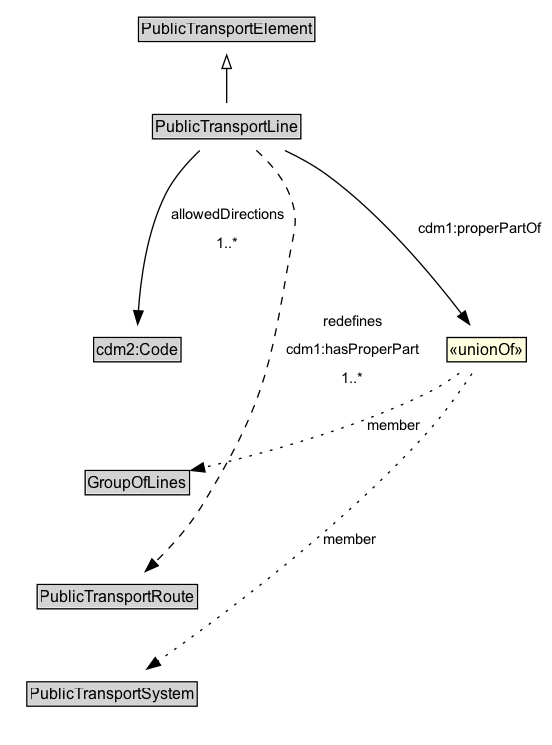
ISO-TC204/ontology-cdm-p3-v1 keeps this Graphviz diagram as docs/diagrams/PublicTransportLine.dot.png. Above is the earlier version. Its source is kept beside it as docs/diagrams/PublicTransportLine.dot.
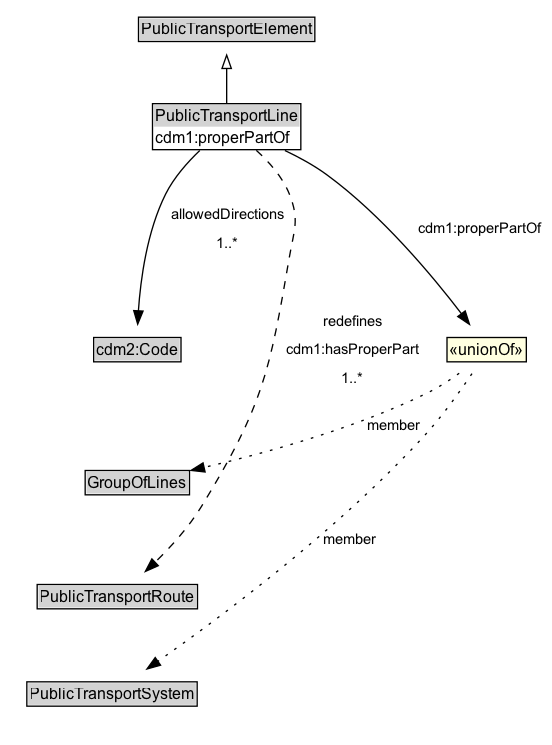
After the commit.

Change to the diagram source:
```diff
@@ -6,7 +6,7 @@
 		rank=source
 		PublicTransportElement [label=<<TABLE BORDER="1" CELLBORDER="0" CELLSPACING="0" CELLPADDING="1"><TR><TD BGCOLOR="lightgray" ALIGN="CENTER">PublicTransportElement</TD></TR></TABLE>> URL="../PublicTransportElement" margin=0]
 	}
-	PublicTransportLine [label=<<TABLE BORDER="1" CELLBORDER="0" CELLSPACING="0" CELLPADDING="1"><TR><TD BGCOLOR="lightgray" ALIGN="CENTER">PublicTransportLine</TD></TR></TABLE>> URL="../PublicTransportLine" margin=0]
+	PublicTransportLine [label=<<TABLE BORDER="1" CELLBORDER="0" CELLSPACING="0" CELLPADDING="1"><TR><TD BGCOLOR="lightgray" ALIGN="CENTER">PublicTransportLine</TD></TR><TR><TD ALIGN="LEFT">cdm1:properPartOf</TD></TR></TABLE>> URL="../PublicTransportLine" margin=0]
 	{
 		rank=max
 	}
@@ -24,14 +24,14 @@
 	cdm2_Code -> GroupOfLines [style=invis]
 	GroupOfLines -> PublicTransportRoute [style=invis]
 	PublicTransportRoute -> PublicTransportSystem [style=invis]
-	nc3144c12940a453680b2771f0254c15eb8 [label=<<TABLE BORDER="1" CELLBORDER="0" CELLSPACING="0" CELLPADDING="1" BGCOLOR="lightyellow"><TR><TD ALIGN="CENTER">«unionOf»</TD></TR></TABLE>> margin=0]
-	GroupOfLines [label=<<TABLE BORDER="1" CELLBORDER="0" CELLSPACING="0" CELLPADDING="1"><TR><TD BGCOLOR="lightgray" ALIGN="CENTER">GroupOfLines</TD></TR></TABLE>> URL="../GroupOfLines" margin=0]
-	nc3144c12940a453680b2771f0254c15eb8 -> GroupOfLines [label=member arrowhead=normal style=dotted]
-	PublicTransportSystem [label=<<TABLE BORDER="1" CELLBORDER="0" CELLSPACING="0" CELLPADDING="1"><TR><TD BGCOLOR="lightgray" ALIGN="CENTER">PublicTransportSystem</TD></TR></TABLE>> URL="../PublicTransportSystem" margin=0]
-	nc3144c12940a453680b2771f0254c15eb8 -> PublicTransportSystem [label=member arrowhead=normal style=dotted]
-	PublicTransportLine -> nc3144c12940a453680b2771f0254c15eb8 [label=<<TABLE BORDER="0" CELLBORDER="0" CELLSPACING="0" CELLPADDING="4" BGCOLOR="white"><TR><TD ALIGN="CENTER">cdm1:properPartOf</TD></TR></TABLE>> arrowhead=normal style=solid]
 	PublicTransportRoute [label=<<TABLE BORDER="1" CELLBORDER="0" CELLSPACING="0" CELLPADDING="1"><TR><TD BGCOLOR="lightgray" ALIGN="CENTER">PublicTransportRoute</TD></TR></TABLE>> URL="../PublicTransportRoute" margin=0]
 	PublicTransportLine -> PublicTransportRoute [label=<<TABLE BORDER="0" CELLBORDER="0" CELLSPACING="0" CELLPADDING="4" BGCOLOR="white"><TR><TD ALIGN="CENTER">redefines</TD></TR><TR><TD ALIGN="CENTER">cdm1:hasProperPart</TD></TR><TR><TD ALIGN="CENTER">1..*</TD></TR></TABLE>> arrowhead=normal style=dashed]
+	n5ea7745936ba4610886a1ff6ddb325abb9 [label=<<TABLE BORDER="1" CELLBORDER="0" CELLSPACING="0" CELLPADDING="1" BGCOLOR="lightyellow"><TR><TD ALIGN="CENTER">«unionOf»</TD></TR></TABLE>> margin=0]
+	GroupOfLines [label=<<TABLE BORDER="1" CELLBORDER="0" CELLSPACING="0" CELLPADDING="1"><TR><TD BGCOLOR="lightgray" ALIGN="CENTER">GroupOfLines</TD></TR></TABLE>> URL="../GroupOfLines" margin=0]
+	n5ea7745936ba4610886a1ff6ddb325abb9 -> GroupOfLines [label=member arrowhead=normal style=dotted]
+	PublicTransportSystem [label=<<TABLE BORDER="1" CELLBORDER="0" CELLSPACING="0" CELLPADDING="1"><TR><TD BGCOLOR="lightgray" ALIGN="CENTER">PublicTransportSystem</TD></TR></TABLE>> URL="../PublicTransportSystem" margin=0]
+	n5ea7745936ba4610886a1ff6ddb325abb9 -> PublicTransportSystem [label=member arrowhead=normal style=dotted]
+	PublicTransportLine -> n5ea7745936ba4610886a1ff6ddb325abb9 [label=<<TABLE BORDER="0" CELLBORDER="0" CELLSPACING="0" CELLPADDING="4" BGCOLOR="white"><TR><TD ALIGN="CENTER">cdm1:properPartOf</TD></TR></TABLE>> arrowhead=normal style=solid]
 	cdm2_Code [label=<<TABLE BORDER="1" CELLBORDER="0" CELLSPACING="0" CELLPADDING="1"><TR><TD BGCOLOR="lightgray" ALIGN="CENTER">cdm2:Code</TD></TR></TABLE>> URL="https://w3id.org/citydata/part2/v1/Code" margin=0]
 	PublicTransportLine -> cdm2_Code [label=<<TABLE BORDER="0" CELLBORDER="0" CELLSPACING="0" CELLPADDING="4" BGCOLOR="white"><TR><TD ALIGN="CENTER">allowedDirections</TD></TR><TR><TD ALIGN="CENTER">1..*</TD></TR></TABLE>> arrowhead=normal style=solid]
 }
```
